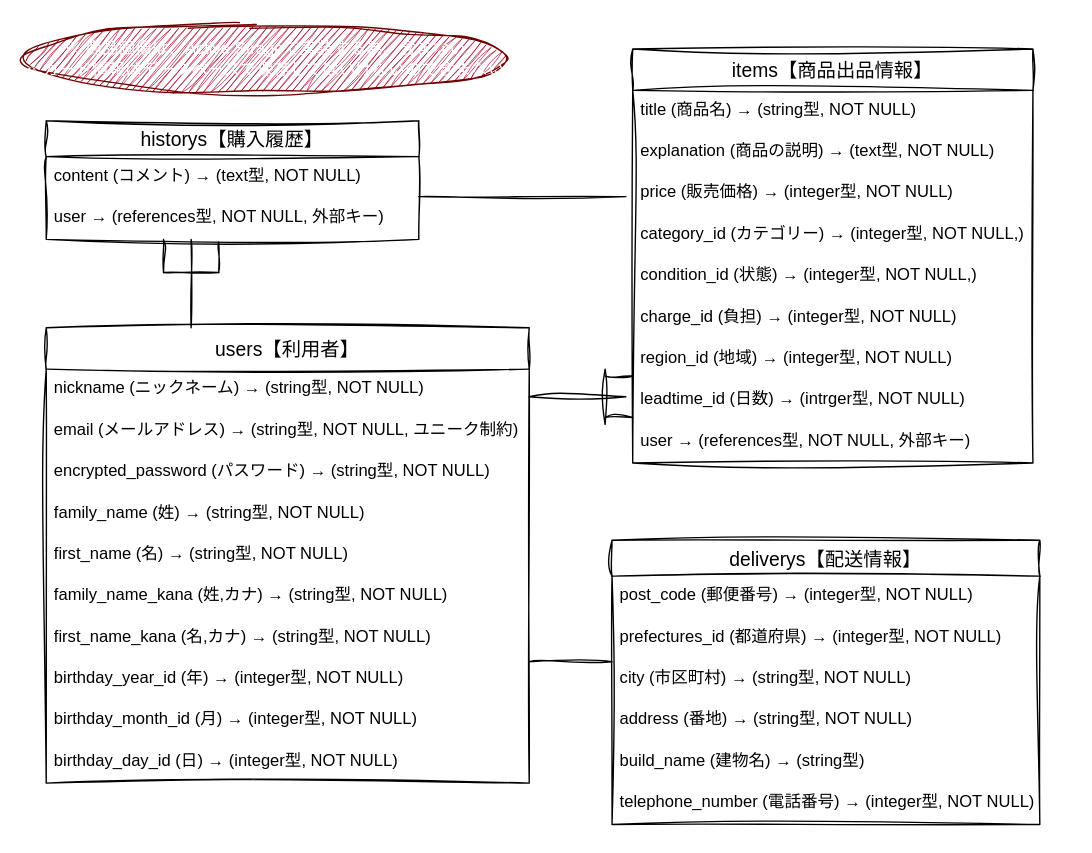
Before: furima.dio in ashidakentaro/furima-39645, a draw.io diagram. Source tidied: cells renumbered, new cells numbered last; positions are measured from the earlier drawing's top-left corner, leaving out a move shared by most shapes. Both pictures are drawn from the tidied source at 138%, with x=0, y=0 at pixel (23, 23).
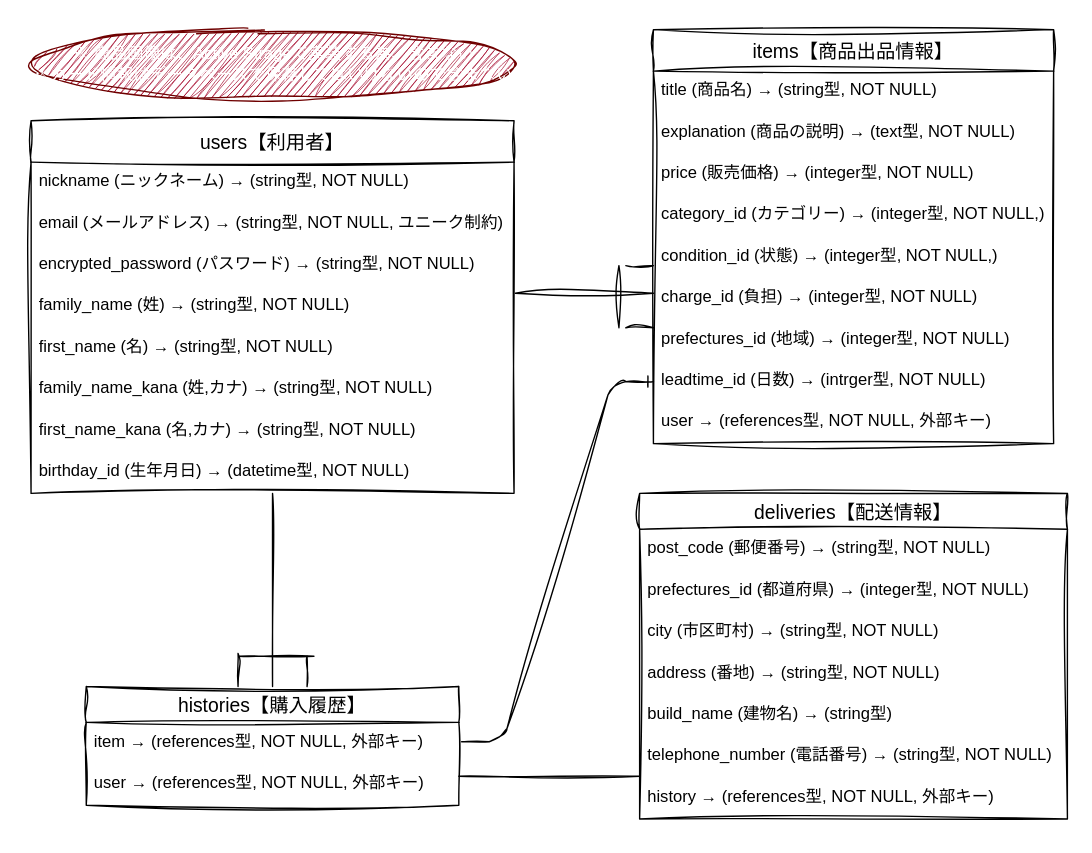
The same diagram, later.

Commit message (it also covers changes not shown here):
データベース設計(再修正)

The change refers to these unchanged cells:
```xml
<mxCell id="10" value="leadtime_id (日数) → (intrger型, NOT NULL)" style="text;strokeColor=none;fillColor=none;spacingLeft=4;spacingRight=4;overflow=hidden;points=[[0,0.5],[1,0.5]];portConstraint=eastwest;fontSize=12;sketch=1;curveFitting=1;jiggle=2;" parent="2" vertex="1">
  <mxGeometry y="240" width="290" height="30" as="geometry" />
</mxCell>
```

Diff of the diagram source:
```diff
@@
     <mxCell id="2" value="items【商品出品情報】" style="swimlane;fontStyle=0;horizontal=1;startSize=30;align=center;fontSize=14;sketch=1;curveFitting=1;jiggle=2;" parent="1" vertex="1">
-      <mxGeometry x="441" y="18" width="290" height="300" as="geometry" />
+      <mxGeometry x="456" y="4" width="290" height="300" as="geometry" />
     </mxCell>
@@
-    <mxCell id="9" value="region_id (地域) → (integer型, NOT NULL)" style="text;strokeColor=none;fillColor=none;spacingLeft=4;spacingRight=4;overflow=hidden;fontSize=12;sketch=1;curveFitting=1;jiggle=2;" parent="2" vertex="1">
+    <mxCell id="9" value="prefectures_id (地域) → (integer型, NOT NULL)" style="text;strokeColor=none;fillColor=none;spacingLeft=4;spacingRight=4;overflow=hidden;fontSize=12;sketch=1;curveFitting=1;jiggle=2;" parent="2" vertex="1">
       <mxGeometry y="210" width="290" height="30" as="geometry" />
     </mxCell>
@@
     <mxCell id="12" value="users【利用者】" style="swimlane;fontStyle=0;horizontal=1;startSize=30;align=center;fontSize=14;sketch=1;curveFitting=1;jiggle=2;" parent="1" vertex="1">
-      <mxGeometry x="16" y="220" width="350" height="330" as="geometry" />
+      <mxGeometry x="5" y="70" width="350" height="270" as="geometry" />
     </mxCell>
@@
-    <mxCell id="20" value="birthday_year_id (年) → (integer型, NOT NULL)" style="text;strokeColor=none;fillColor=none;spacingLeft=4;spacingRight=4;overflow=hidden;fontSize=12;sketch=1;curveFitting=1;jiggle=2;" parent="12" vertex="1">
+    <mxCell id="20" value="birthday_id (生年月日) → (datetime型, NOT NULL)" style="text;strokeColor=none;fillColor=none;spacingLeft=4;spacingRight=4;overflow=hidden;fontSize=12;sketch=1;curveFitting=1;jiggle=2;" parent="12" vertex="1">
       <mxGeometry y="240" width="350" height="30" as="geometry" />
     </mxCell>
-    <mxCell id="21" value="birthday_month_id (月) → (integer型, NOT NULL)" style="text;strokeColor=none;fillColor=none;spacingLeft=4;spacingRight=4;overflow=hidden;fontSize=12;sketch=1;curveFitting=1;jiggle=2;" parent="12" vertex="1">
-      <mxGeometry y="270" width="350" height="30" as="geometry" />
-    </mxCell>
-    <mxCell id="22" value="birthday_day_id (日) → (integer型, NOT NULL)" style="text;strokeColor=none;fillColor=none;spacingLeft=4;spacingRight=4;overflow=hidden;fontSize=12;sketch=1;curveFitting=1;jiggle=2;" parent="12" vertex="1">
-      <mxGeometry y="300" width="350" height="30" as="geometry" />
-    </mxCell>
-    <mxCell id="23" value="deliverys【配送情報】" style="swimlane;fontStyle=0;horizontal=1;startSize=26;align=center;fontSize=14;sketch=1;curveFitting=1;jiggle=2;" parent="1" vertex="1">
-      <mxGeometry x="426" y="374" width="310" height="206" as="geometry" />
+    <mxCell id="23" value="deliveries【配送情報】" style="swimlane;fontStyle=0;horizontal=1;startSize=26;align=center;fontSize=14;sketch=1;curveFitting=1;jiggle=2;" parent="1" vertex="1">
+      <mxGeometry x="446" y="340" width="310" height="236" as="geometry" />
     </mxCell>
-    <mxCell id="24" value="post_code (郵便番号) → (integer型, NOT NULL)" style="text;strokeColor=none;fillColor=none;spacingLeft=4;spacingRight=4;overflow=hidden;fontSize=12;sketch=1;curveFitting=1;jiggle=2;" parent="23" vertex="1">
+    <mxCell id="24" value="post_code (郵便番号) → (string型, NOT NULL)" style="text;strokeColor=none;fillColor=none;spacingLeft=4;spacingRight=4;overflow=hidden;fontSize=12;sketch=1;curveFitting=1;jiggle=2;" parent="23" vertex="1">
       <mxGeometry y="26" width="310" height="30" as="geometry" />
     </mxCell>
@@
-    <mxCell id="29" value="telephone_number (電話番号) → (integer型, NOT NULL)" style="text;strokeColor=none;fillColor=none;spacingLeft=4;spacingRight=4;overflow=hidden;fontSize=12;sketch=1;curveFitting=1;jiggle=2;" parent="23" vertex="1">
+    <mxCell id="29" value="telephone_number (電話番号) → (string型, NOT NULL)" style="text;strokeColor=none;fillColor=none;spacingLeft=4;spacingRight=4;overflow=hidden;fontSize=12;sketch=1;curveFitting=1;jiggle=2;" parent="23" vertex="1">
       <mxGeometry y="176" width="310" height="30" as="geometry" />
     </mxCell>
+    <mxCell id="45" value="history → (references型, NOT NULL, 外部キー)" style="text;strokeColor=none;fillColor=none;spacingLeft=4;spacingRight=4;overflow=hidden;fontSize=12;sketch=1;curveFitting=1;jiggle=2;" parent="23" vertex="1">
+      <mxGeometry y="206" width="310" height="30" as="geometry" />
+    </mxCell>
-    <mxCell id="30" value="historys【購入履歴】" style="swimlane;fontStyle=0;horizontal=1;startSize=26;align=center;fontSize=14;sketch=1;curveFitting=1;jiggle=2;" parent="1" vertex="1">
-      <mxGeometry x="16" y="70" width="270" height="86" as="geometry" />
+    <mxCell id="30" value="histories【購入履歴】" style="swimlane;fontStyle=0;horizontal=1;startSize=26;align=center;fontSize=14;sketch=1;curveFitting=1;jiggle=2;" parent="1" vertex="1">
+      <mxGeometry x="45" y="480" width="270" height="86" as="geometry" />
     </mxCell>
-    <mxCell id="31" value="content (コメント) → (text型, NOT NULL)" style="text;strokeColor=none;fillColor=none;spacingLeft=4;spacingRight=4;overflow=hidden;fontSize=12;sketch=1;curveFitting=1;jiggle=2;" parent="30" vertex="1">
+    <mxCell id="31" value="item → (references型, NOT NULL, 外部キー)" style="text;strokeColor=none;fillColor=none;spacingLeft=4;spacingRight=4;overflow=hidden;fontSize=12;sketch=1;curveFitting=1;jiggle=2;" parent="30" vertex="1">
       <mxGeometry y="26" width="270" height="30" as="geometry" />
     </mxCell>
@@
     <mxCell id="33" value="※ 商品画像は、Active Strageで実装する為、含まない&lt;br&gt;※カード情報はデータベースで保存してはいけないので含まない" style="ellipse;whiteSpace=wrap;html=1;align=center;fillColor=#a20025;fontColor=#ffffff;strokeColor=#6F0000;sketch=1;curveFitting=1;jiggle=2;" parent="1" vertex="1">
-      <mxGeometry width="350" height="50" as="geometry" />
+      <mxGeometry x="6" y="4" width="350" height="50" as="geometry" />
     </mxCell>
     <mxCell id="34" style="line;strokeWidth=1;dashed=0;labelPosition=right;align=left;verticalAlign=middle;spacingTop=0;spacingLeft=6;sketch=1;curveFitting=1;jiggle=2;" parent="1" vertex="1">
-      <mxGeometry x="366" y="265" width="70" height="10" as="geometry" />
+      <mxGeometry x="356" y="190" width="100" height="10" as="geometry" />
     </mxCell>
@@
     <mxCell id="36" style="line;strokeWidth=1;dashed=0;labelPosition=right;align=left;verticalAlign=middle;spacingTop=0;spacingLeft=6;direction=south;sketch=1;curveFitting=1;jiggle=2;" parent="1" vertex="1">
-      <mxGeometry x="416" y="250" width="10" height="40" as="geometry" />
+      <mxGeometry x="426" y="175" width="10" height="45" as="geometry" />
     </mxCell>
     <mxCell id="37" style="line;strokeWidth=1;dashed=0;labelPosition=right;align=left;verticalAlign=middle;spacingTop=0;spacingLeft=6;direction=south;sketch=1;curveFitting=1;jiggle=2;" parent="1" vertex="1">
-      <mxGeometry x="116" y="156" width="10" height="64" as="geometry" />
+      <mxGeometry x="175" y="340" width="10" height="140" as="geometry" />
     </mxCell>
     <mxCell id="38" style="line;strokeWidth=1;dashed=0;labelPosition=right;align=left;verticalAlign=middle;spacingTop=0;spacingLeft=6;direction=south;sketch=1;curveFitting=1;jiggle=2;" parent="1" vertex="1">
-      <mxGeometry x="96" y="156" width="10" height="24" as="geometry" />
+      <mxGeometry x="150" y="456" width="10" height="24" as="geometry" />
     </mxCell>
     <mxCell id="39" style="line;strokeWidth=1;dashed=0;labelPosition=right;align=left;verticalAlign=middle;spacingTop=0;spacingLeft=6;direction=south;sketch=1;curveFitting=1;jiggle=2;" parent="1" vertex="1">
-      <mxGeometry x="136" y="158" width="10" height="22" as="geometry" />
+      <mxGeometry x="200" y="458" width="10" height="22" as="geometry" />
     </mxCell>
     <mxCell id="40" style="line;strokeWidth=1;dashed=0;labelPosition=right;align=left;verticalAlign=middle;spacingTop=0;spacingLeft=6;sketch=1;curveFitting=1;jiggle=2;" parent="1" vertex="1">
-      <mxGeometry x="286" y="120" width="150" height="10" as="geometry" />
+      <mxGeometry x="315" y="540" width="131" height="10" as="geometry" />
     </mxCell>
     <mxCell id="41" style="line;strokeWidth=1;dashed=0;labelPosition=right;align=left;verticalAlign=middle;spacingTop=0;spacingLeft=6;sketch=1;curveFitting=1;jiggle=2;" parent="1" vertex="1">
-      <mxGeometry x="421" y="250" width="20" height="10" as="geometry" />
+      <mxGeometry x="436" y="170" width="20" height="10" as="geometry" />
     </mxCell>
     <mxCell id="42" style="line;strokeWidth=1;dashed=0;labelPosition=right;align=left;verticalAlign=middle;spacingTop=0;spacingLeft=6;sketch=1;curveFitting=1;jiggle=2;" parent="1" vertex="1">
-      <mxGeometry x="101" y="175" width="40" height="10" as="geometry" />
+      <mxGeometry x="156" y="453" width="54" height="10" as="geometry" />
     </mxCell>
     <mxCell id="43" style="line;strokeWidth=1;dashed=0;labelPosition=right;align=left;verticalAlign=middle;spacingTop=0;spacingLeft=6;sketch=1;curveFitting=1;jiggle=2;" parent="1" vertex="1">
-      <mxGeometry x="421" y="280" width="20" height="10" as="geometry" />
+      <mxGeometry x="436" y="215" width="20" height="10" as="geometry" />
     </mxCell>
-    <mxCell id="44" style="line;strokeWidth=1;dashed=0;labelPosition=right;align=left;verticalAlign=middle;spacingTop=0;spacingLeft=6;sketch=1;curveFitting=1;jiggle=2;" parent="1" vertex="1">
-      <mxGeometry x="366" y="457" width="60" height="10" as="geometry" />
-    </mxCell>
+    <mxCell id="46" style="edgeStyle=entityRelationEdgeStyle;fontSize=12;html=1;endArrow=ERone;endFill=1;sketch=1;hachureGap=4;jiggle=2;curveFitting=1;fontFamily=Architects Daughter;entryX=0;entryY=0.5;entryDx=0;entryDy=0;" parent="1" edge="1" target="10">
+      <mxGeometry relative="1" as="geometry">
+        <mxPoint x="317" y="520" as="sourcePoint" />
+      </mxGeometry>
+    </mxCell>
```
